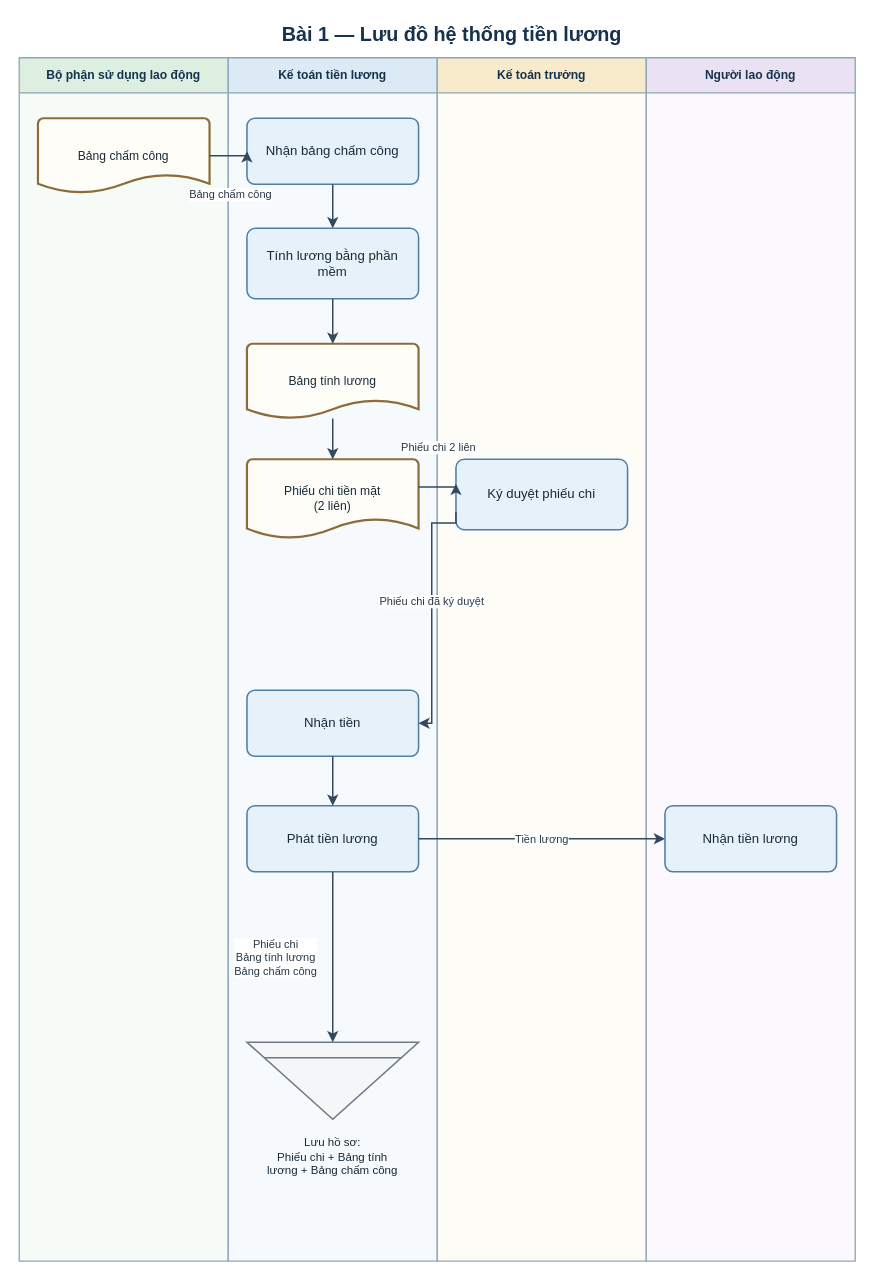
Before: assets/drawio/01_payroll_system_flow.drawio in saigonbaddielover/thtrang, a draw.io diagram. Source tidied: cells renumbered, new cells numbered last; positions are measured from the earlier drawing's top-left corner, leaving out a move shared by most shapes. Both pictures are drawn from the tidied source at 110%, with x=0, y=0 at pixel (19, 19).
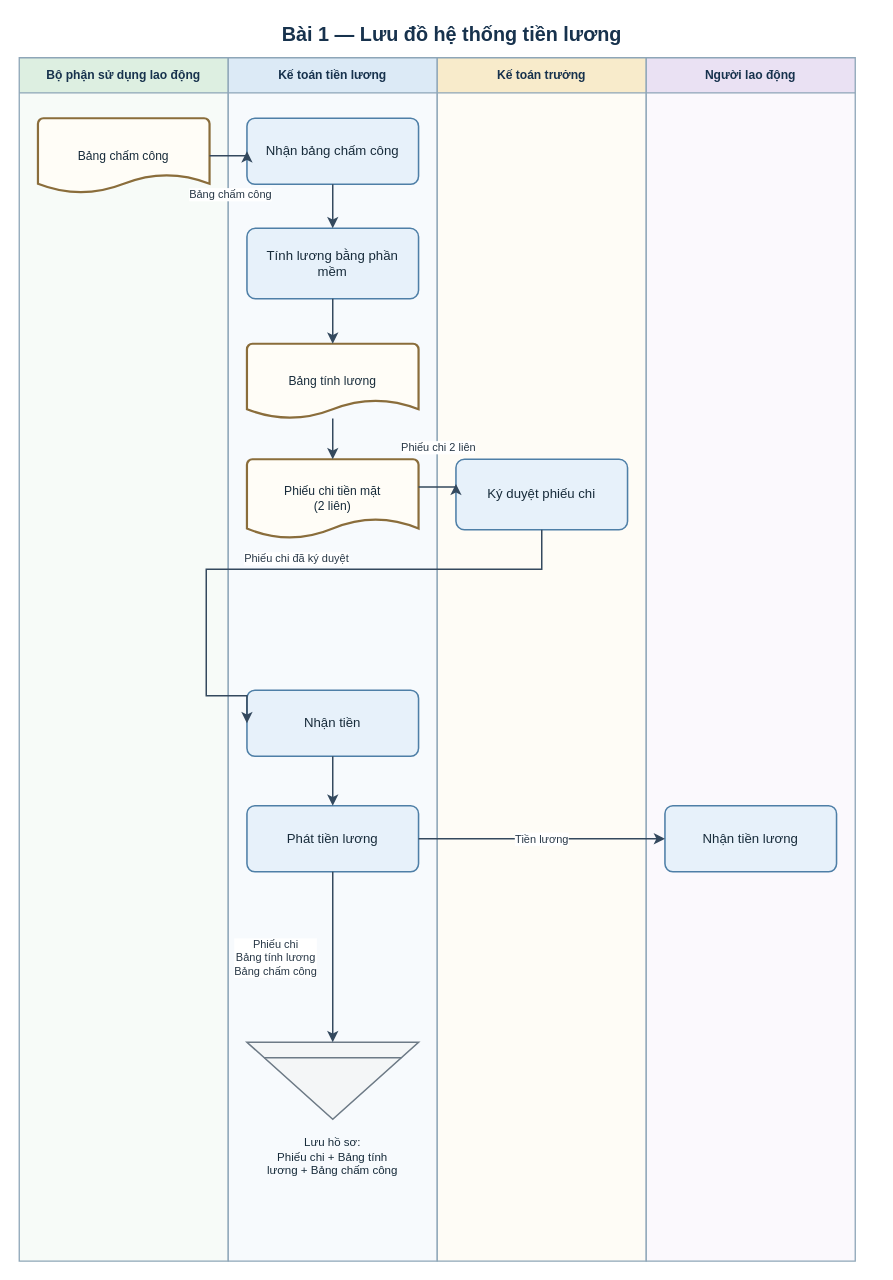
Above is the later version.

The change refers to these unchanged cells:
```xml
<mxCell id="12" value="Ký duyệt phiếu chi" style="rounded=1;arcSize=12;html=1;whiteSpace=wrap;fontFamily=Arial;align=center;verticalAlign=middle;fontColor=#172B3A; fontSize=11;spacing=5;fillColor=#E7F1FA;strokeColor=#4E7FA7;strokeWidth=1.4;" parent="5" vertex="1">
  <mxGeometry x="17" y="365" width="156" height="64" as="geometry" />
</mxCell>
<mxCell id="13" value="Nhận tiền" style="rounded=1;arcSize=12;html=1;whiteSpace=wrap;fontFamily=Arial;align=center;verticalAlign=middle;fontColor=#172B3A; fontSize=11;spacing=5;fillColor=#E7F1FA;strokeColor=#4E7FA7;strokeWidth=1.4;" parent="4" vertex="1">
  <mxGeometry x="17" y="575" width="156" height="60" as="geometry" />
</mxCell>
```

Diff of the diagram source:
```diff
@@
-    <mxCell id="22" value="Phiếu chi đã ký duyệt" style="edgeStyle=orthogonalEdgeStyle;rounded=0;jettySize=auto;html=1;fontFamily=Arial;fontSize=10;fontColor=#273746;labelBackgroundColor=#FFFFFF;strokeColor=#34495E;strokeWidth=1.35;endArrow=classic;endFill=1;exitX=0;exitY=0.75;entryX=1;entryY=0.5;" parent="1" edge="1" source="12" target="13">
+    <mxCell id="22" value="Phiếu chi đã ký duyệt" style="edgeStyle=orthogonalEdgeStyle;rounded=0;jettySize=auto;html=1;fontFamily=Arial;fontSize=10;fontColor=#273746;labelBackgroundColor=#FFFFFF;strokeColor=#34495E;strokeWidth=1.35;endArrow=classic;endFill=1;exitX=0.5;exitY=1;entryX=0;entryY=0.5;" parent="1" edge="1" source="12" target="13">
       <mxGeometry relative="1" as="geometry">
         <Array as="points">
-          <mxPoint x="375" y="458" />
-          <mxPoint x="375" y="640" />
+          <mxPoint x="475" y="500" />
+          <mxPoint x="170" y="500" />
+          <mxPoint x="170" y="615" />
         </Array>
         <mxPoint y="-10" as="offset" />
       </mxGeometry>
     </mxCell>
```
